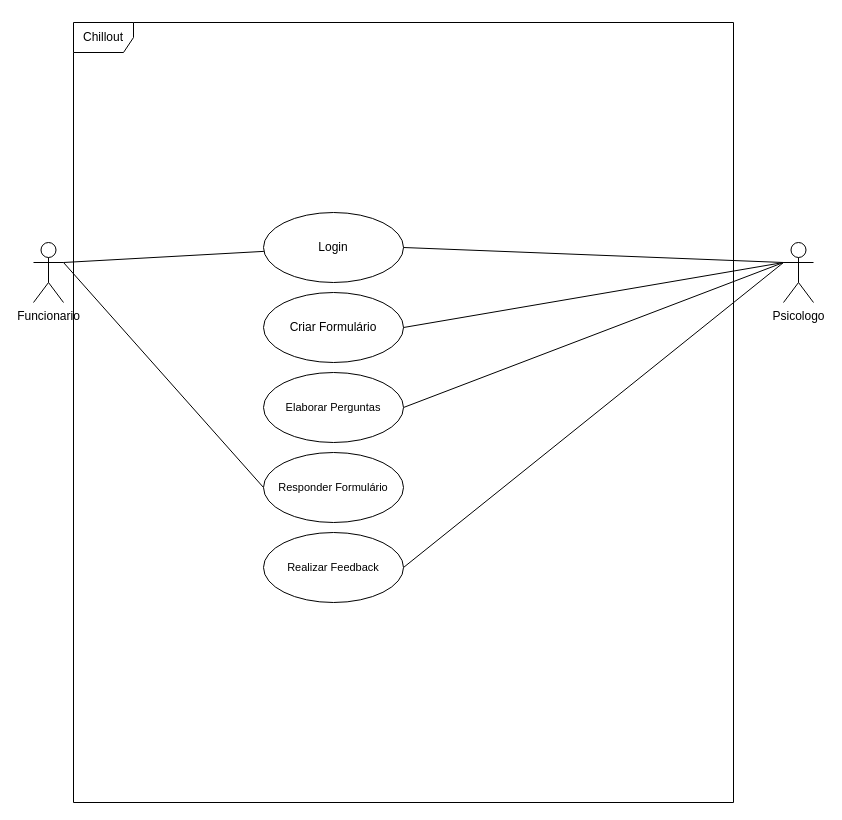
The draw.io diagram Untitled Diagram.drawio in charlesYS/use-case-chillout, before the edit. Source tidied: cells renumbered, new cells numbered last; positions are measured from the earlier drawing's top-left corner, leaving out a move shared by most shapes. Both pictures are drawn from the tidied source at 100%, with x=0, y=0 at pixel (33, 22).
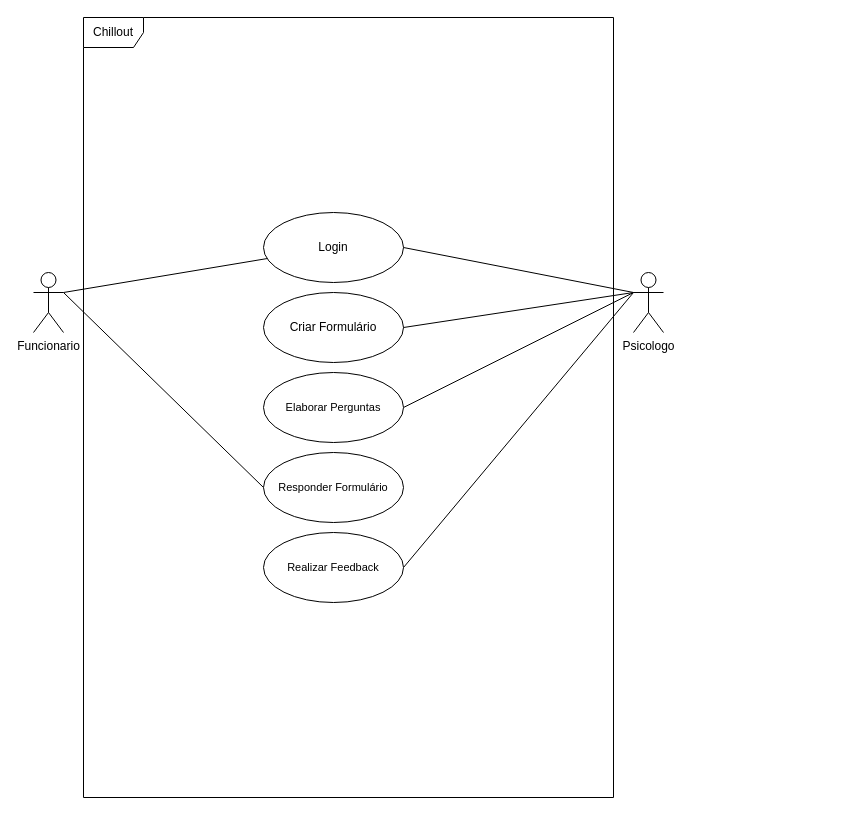
The same page after the edit.

Diff of the diagram source:
```diff
@@
 <mxGraphModel>
   <root>
     <mxCell id="0" />
     <mxCell id="1" parent="0" />
     <mxCell id="2" style="edgeStyle=none;shape=connector;rounded=0;jettySize=auto;html=1;exitX=1;exitY=0.3333333333333333;exitDx=0;exitDy=0;exitPerimeter=0;entryX=0;entryY=0.5;entryDx=0;entryDy=0;labelBackgroundColor=default;fontFamily=Helvetica;fontSize=11;fontColor=default;endArrow=none;strokeColor=default;" parent="1" edge="1" source="3" target="14">
       <mxGeometry relative="1" as="geometry" />
     </mxCell>
     <mxCell id="3" value="Funcionario&lt;br&gt;" style="shape=umlActor;verticalLabelPosition=bottom;verticalAlign=top;html=1;" parent="1" vertex="1">
-      <mxGeometry y="220" width="30" height="60" as="geometry" />
+      <mxGeometry y="250" width="30" height="60" as="geometry" />
     </mxCell>
     <mxCell id="4" value="Chillout" style="shape=umlFrame;whiteSpace=wrap;html=1;" parent="1" vertex="1">
-      <mxGeometry x="40" width="660" height="780" as="geometry" />
+      <mxGeometry x="50" y="-5" width="530" height="780" as="geometry" />
     </mxCell>
     <mxCell id="5" value="Login" style="ellipse;whiteSpace=wrap;html=1;" parent="1" vertex="1">
       <mxGeometry x="230" y="190" width="140" height="70" as="geometry" />
     </mxCell>
     <mxCell id="6" style="endArrow=none;html=1;rounded=0;entryX=1;entryY=0.3333333333333333;entryDx=0;entryDy=0;entryPerimeter=0;" parent="1" edge="1" source="5" target="3">
       <mxGeometry relative="1" as="geometry" />
     </mxCell>
     <mxCell id="7" value="Criar Formulário" style="ellipse;whiteSpace=wrap;html=1;" parent="1" vertex="1">
       <mxGeometry x="230" y="270" width="140" height="70" as="geometry" />
     </mxCell>
     <mxCell id="8" style="edgeStyle=none;shape=connector;rounded=0;jettySize=auto;html=1;exitX=0;exitY=0.3333333333333333;exitDx=0;exitDy=0;exitPerimeter=0;entryX=1;entryY=0.5;entryDx=0;entryDy=0;labelBackgroundColor=default;fontFamily=Helvetica;fontSize=11;fontColor=default;endArrow=none;strokeColor=default;" parent="1" edge="1" source="11" target="7">
       <mxGeometry relative="1" as="geometry" />
     </mxCell>
     <mxCell id="9" style="edgeStyle=none;shape=connector;rounded=0;jettySize=auto;html=1;exitX=0;exitY=0.3333333333333333;exitDx=0;exitDy=0;exitPerimeter=0;entryX=1;entryY=0.5;entryDx=0;entryDy=0;labelBackgroundColor=default;fontFamily=Helvetica;fontSize=11;fontColor=default;endArrow=none;strokeColor=default;" parent="1" edge="1" source="11" target="13">
       <mxGeometry relative="1" as="geometry" />
     </mxCell>
     <mxCell id="10" style="edgeStyle=none;shape=connector;rounded=0;jettySize=auto;html=1;exitX=0;exitY=0.3333333333333333;exitDx=0;exitDy=0;exitPerimeter=0;entryX=1;entryY=0.5;entryDx=0;entryDy=0;labelBackgroundColor=default;fontFamily=Helvetica;fontSize=11;fontColor=default;endArrow=none;strokeColor=default;" parent="1" edge="1" source="11" target="15">
       <mxGeometry relative="1" as="geometry" />
     </mxCell>
     <mxCell id="11" value="Psicologo&lt;br&gt;" style="shape=umlActor;verticalLabelPosition=bottom;verticalAlign=top;html=1;" parent="1" vertex="1">
-      <mxGeometry x="750" y="220" width="30" height="60" as="geometry" />
+      <mxGeometry x="600" y="250" width="30" height="60" as="geometry" />
     </mxCell>
-    <mxCell id="12" style="endArrow=none;html=1;rounded=0;exitX=1;exitY=0.5;exitDx=0;exitDy=0;" parent="1" edge="1" source="5">
-      <mxGeometry relative="1" as="geometry">
-        <mxPoint x="750" y="240" as="targetPoint" />
-      </mxGeometry>
+    <mxCell id="12" style="endArrow=none;html=1;rounded=0;exitX=1;exitY=0.5;exitDx=0;exitDy=0;entryX=0;entryY=0.3333333333333333;entryDx=0;entryDy=0;entryPerimeter=0;" parent="1" edge="1" source="5" target="11">
+      <mxGeometry relative="1" as="geometry" />
     </mxCell>
     <mxCell id="13" value="Elaborar Perguntas" style="ellipse;whiteSpace=wrap;html=1;fontFamily=Helvetica;fontSize=11;fontColor=default;" parent="1" vertex="1">
       <mxGeometry x="230" y="350" width="140" height="70" as="geometry" />
     </mxCell>
     <mxCell id="14" value="Responder Formulário" style="ellipse;whiteSpace=wrap;html=1;fontFamily=Helvetica;fontSize=11;fontColor=default;" parent="1" vertex="1">
       <mxGeometry x="230" y="430" width="140" height="70" as="geometry" />
     </mxCell>
     <mxCell id="15" value="Realizar Feedback" style="ellipse;whiteSpace=wrap;html=1;fontFamily=Helvetica;fontSize=11;fontColor=default;" parent="1" vertex="1">
       <mxGeometry x="230" y="510" width="140" height="70" as="geometry" />
     </mxCell>
   </root>
 </mxGraphModel>
```
